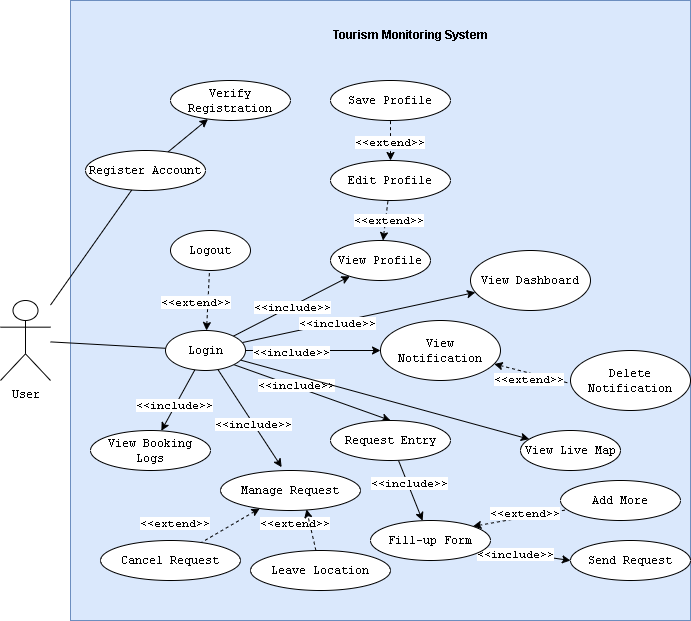
The draw.io diagram Deliverables/appendix/usecasediagram.png in LittleEins/Thesis-Collab, before a commit. Source tidied: cells renumbered, new cells last; positions are measured from the earlier drawing's top-left corner, leaving out a move shared by most shapes.
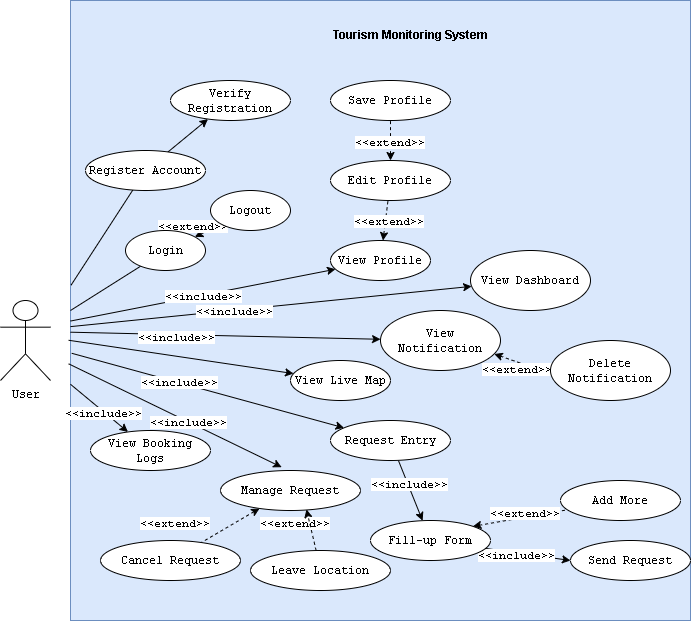
After the commit.

What changed in the source:
```diff
@@ -5,11 +5,13 @@
     <mxCell id="2" style="whiteSpace=wrap;html=1;fillColor=#dae8fc;strokeColor=#6c8ebf;" parent="1" vertex="1">
       <mxGeometry x="70" width="620" height="620" as="geometry" />
     </mxCell>
-    <mxCell id="3" style="rounded=0;jettySize=auto;html=1;fontFamily=Courier New;endArrow=none;endFill=0;" parent="1" edge="1" source="5" target="7">
+    <mxCell id="3" style="rounded=0;jettySize=auto;html=1;fontFamily=Courier New;endArrow=none;endFill=0;exitX=0.001;exitY=0.459;exitDx=0;exitDy=0;exitPerimeter=0;" parent="1" edge="1" source="2" target="7">
       <mxGeometry relative="1" as="geometry" />
     </mxCell>
-    <mxCell id="4" style="rounded=0;jettySize=auto;html=1;endArrow=none;endFill=0;" parent="1" edge="1" source="5" target="23">
-      <mxGeometry relative="1" as="geometry" />
+    <mxCell id="4" style="rounded=0;jettySize=auto;html=1;endArrow=none;endFill=0;" parent="1" edge="1" target="23">
+      <mxGeometry relative="1" as="geometry">
+        <mxPoint x="70" y="310" as="sourcePoint" />
+      </mxGeometry>
     </mxCell>
     <mxCell id="5" value="User" style="shape=umlActor;verticalLabelPosition=bottom;verticalAlign=top;html=1;outlineConnect=0;fontFamily=Courier New;" parent="1" vertex="1">
       <mxGeometry y="300" width="50" height="80" as="geometry" />
@@ -20,34 +22,34 @@
     <mxCell id="7" value="Register Account" style="ellipse;whiteSpace=wrap;html=1;fontFamily=Courier New;verticalAlign=middle;" parent="1" vertex="1">
       <mxGeometry x="85" y="150" width="120" height="40" as="geometry" />
     </mxCell>
-    <mxCell id="8" style="edgeStyle=none;rounded=0;jettySize=auto;html=1;fontFamily=Courier New;" parent="1" edge="1" source="23" target="24">
+    <mxCell id="8" style="edgeStyle=none;rounded=0;jettySize=auto;html=1;fontFamily=Courier New;exitX=0;exitY=0.526;exitDx=0;exitDy=0;exitPerimeter=0;" parent="1" edge="1" source="2" target="24">
       <mxGeometry relative="1" as="geometry" />
     </mxCell>
     <mxCell id="9" value="&amp;lt;&amp;lt;include&amp;gt;&amp;gt;" style="edgeLabel;html=1;align=center;verticalAlign=middle;fontFamily=Courier New;" parent="8" vertex="1">
       <mxGeometry x="-0.19" y="-1" relative="1" as="geometry" />
     </mxCell>
-    <mxCell id="10" style="edgeStyle=none;rounded=0;jettySize=auto;html=1;fontFamily=Courier New;exitX=1;exitY=1;exitDx=0;exitDy=0;entryX=0.5;entryY=0;entryDx=0;entryDy=0;" parent="1" edge="1" source="23" target="31">
+    <mxCell id="10" style="edgeStyle=none;rounded=0;jettySize=auto;html=1;fontFamily=Courier New;exitX=0.002;exitY=0.569;exitDx=0;exitDy=0;exitPerimeter=0;" parent="1" edge="1" source="2" target="31">
       <mxGeometry relative="1" as="geometry" />
     </mxCell>
     <mxCell id="11" value="&amp;lt;&amp;lt;include&amp;gt;&amp;gt;" style="edgeLabel;html=1;align=center;verticalAlign=middle;fontFamily=Courier New;" parent="10" vertex="1">
       <mxGeometry x="-0.21" y="1" relative="1" as="geometry" />
     </mxCell>
-    <mxCell id="12" style="edgeStyle=none;rounded=0;jettySize=auto;html=1;fontFamily=Courier New;" parent="1" edge="1" source="23" target="33">
+    <mxCell id="12" style="edgeStyle=none;rounded=0;jettySize=auto;html=1;fontFamily=Courier New;exitX=-0.003;exitY=0.548;exitDx=0;exitDy=0;exitPerimeter=0;" parent="1" edge="1" source="2" target="33">
       <mxGeometry relative="1" as="geometry" />
     </mxCell>
-    <mxCell id="13" style="edgeStyle=none;rounded=0;jettySize=auto;html=1;fontFamily=Courier New;" parent="1" edge="1" source="23" target="36">
+    <mxCell id="13" style="edgeStyle=none;rounded=0;jettySize=auto;html=1;fontFamily=Courier New;exitX=0;exitY=0.517;exitDx=0;exitDy=0;exitPerimeter=0;" parent="1" edge="1" source="2" target="36">
       <mxGeometry relative="1" as="geometry" />
     </mxCell>
     <mxCell id="14" value="&amp;lt;&amp;lt;include&amp;gt;&amp;gt;" style="edgeLabel;html=1;align=center;verticalAlign=middle;fontFamily=Courier New;" parent="13" vertex="1">
       <mxGeometry y="-1" relative="1" as="geometry" />
     </mxCell>
-    <mxCell id="15" style="edgeStyle=none;rounded=0;jettySize=auto;html=1;fontFamily=Courier New;entryX=0.437;entryY=-0.082;entryDx=0;entryDy=0;entryPerimeter=0;" parent="1" edge="1" source="23" target="42">
+    <mxCell id="15" style="edgeStyle=none;rounded=0;jettySize=auto;html=1;fontFamily=Courier New;entryX=0.437;entryY=-0.082;entryDx=0;entryDy=0;entryPerimeter=0;exitX=-0.003;exitY=0.586;exitDx=0;exitDy=0;exitPerimeter=0;" parent="1" edge="1" source="2" target="42">
       <mxGeometry relative="1" as="geometry" />
     </mxCell>
     <mxCell id="16" value="&amp;lt;&amp;lt;include&amp;gt;&amp;gt;" style="edgeLabel;html=1;align=center;verticalAlign=middle;fontFamily=Courier New;" parent="15" vertex="1">
       <mxGeometry x="0.12" relative="1" as="geometry" />
     </mxCell>
-    <mxCell id="17" style="edgeStyle=none;rounded=0;jettySize=auto;html=1;fontFamily=Courier New;" parent="1" edge="1" source="23" target="43">
+    <mxCell id="17" style="edgeStyle=none;rounded=0;jettySize=auto;html=1;fontFamily=Courier New;exitX=0;exitY=0.619;exitDx=0;exitDy=0;exitPerimeter=0;" parent="1" edge="1" source="2" target="43">
       <mxGeometry relative="1" as="geometry" />
     </mxCell>
     <mxCell id="18" value="&amp;lt;&amp;lt;include&amp;gt;&amp;gt;" style="edgeLabel;html=1;align=center;verticalAlign=middle;fontFamily=Courier New;" parent="17" vertex="1">
@@ -61,14 +63,14 @@
         <mxPoint x="-12" y="-7" as="offset" />
       </mxGeometry>
     </mxCell>
-    <mxCell id="21" style="edgeStyle=none;rounded=0;jettySize=auto;html=1;fontFamily=Courier New;" parent="1" edge="1" source="23" target="45">
+    <mxCell id="21" style="edgeStyle=none;rounded=0;jettySize=auto;html=1;fontFamily=Courier New;exitX=0;exitY=0.535;exitDx=0;exitDy=0;exitPerimeter=0;" parent="1" edge="1" source="2" target="45">
       <mxGeometry relative="1" as="geometry" />
     </mxCell>
     <mxCell id="22" value="&amp;lt;&amp;lt;include&amp;gt;&amp;gt;" style="edgeLabel;html=1;align=center;verticalAlign=middle;fontFamily=Courier New;" parent="21" vertex="1">
       <mxGeometry x="-0.32" y="-2" relative="1" as="geometry" />
     </mxCell>
     <mxCell id="23" value="Login" style="ellipse;whiteSpace=wrap;html=1;fontFamily=Courier New;verticalAlign=middle;" parent="1" vertex="1">
-      <mxGeometry x="165" y="330" width="80" height="40" as="geometry" />
+      <mxGeometry x="125" y="230" width="80" height="40" as="geometry" />
     </mxCell>
     <mxCell id="24" value="View Dashboard" style="ellipse;whiteSpace=wrap;html=1;fontFamily=Courier New;verticalAlign=middle;" parent="1" vertex="1">
       <mxGeometry x="470" y="250" width="120" height="60" as="geometry" />
@@ -104,7 +106,7 @@
       <mxGeometry x="560" y="480" width="120" height="40" as="geometry" />
     </mxCell>
     <mxCell id="33" value="View Live Map" style="ellipse;whiteSpace=wrap;html=1;fontFamily=Courier New;verticalAlign=middle;" parent="1" vertex="1">
-      <mxGeometry x="520" y="430" width="100" height="40" as="geometry" />
+      <mxGeometry x="290" y="360" width="100" height="40" as="geometry" />
     </mxCell>
     <mxCell id="34" style="edgeStyle=none;rounded=0;jettySize=auto;html=1;fontFamily=Courier New;dashed=1;startArrow=classic;startFill=1;endArrow=none;endFill=0;" parent="1" edge="1" source="36" target="39">
       <mxGeometry relative="1" as="geometry" />
@@ -137,10 +139,10 @@
       <mxGeometry x="90" y="430" width="120" height="40" as="geometry" />
     </mxCell>
     <mxCell id="44" value="Logout" style="ellipse;whiteSpace=wrap;html=1;fontFamily=Courier New;" parent="1" vertex="1">
-      <mxGeometry x="170" y="230" width="80" height="40" as="geometry" />
+      <mxGeometry x="210" y="190" width="80" height="40" as="geometry" />
     </mxCell>
     <mxCell id="45" value="View Notification" style="ellipse;whiteSpace=wrap;html=1;fontFamily=Courier New;" parent="1" vertex="1">
-      <mxGeometry x="380" y="320" width="120" height="60" as="geometry" />
+      <mxGeometry x="380" y="310" width="120" height="60" as="geometry" />
     </mxCell>
     <mxCell id="46" value="&lt;b&gt;Tourism Monitoring System&lt;/b&gt;" style="text;html=1;align=center;verticalAlign=middle;strokeColor=none;fillColor=none;" parent="1" vertex="1">
       <mxGeometry x="320" y="20" width="180" height="30" as="geometry" />
@@ -178,7 +180,7 @@
       </mxGeometry>
     </mxCell>
     <mxCell id="57" value="Delete Notification" style="ellipse;whiteSpace=wrap;html=1;fontFamily=Courier New;" parent="1" vertex="1">
-      <mxGeometry x="570" y="350" width="120" height="60" as="geometry" />
+      <mxGeometry x="550" y="340" width="120" height="60" as="geometry" />
     </mxCell>
   </root>
 </mxGraphModel>
```
